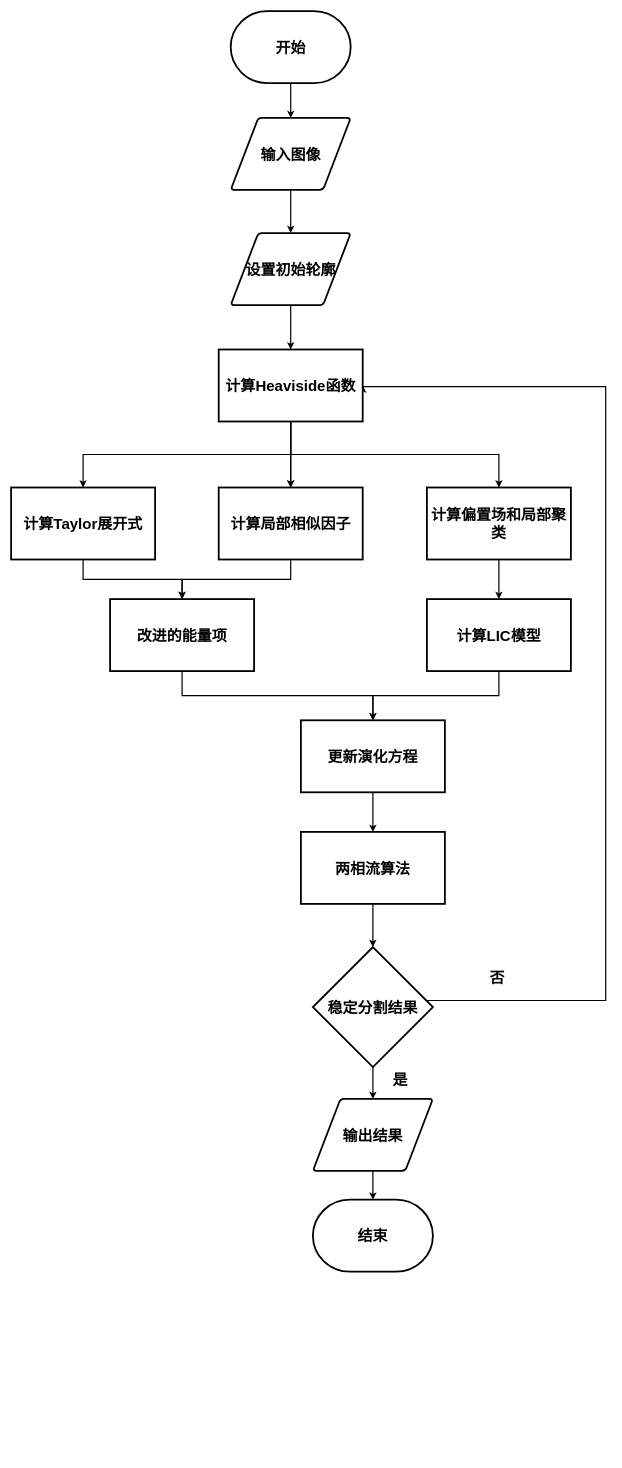
pangda007/947842095-qq.com keeps this draw.io diagram as page "第 4 页" (3 of 5) of 1.drawio. Above is the earlier version. Source tidied: cells renumbered, new cells numbered last; positions are measured from the earlier drawing's top-left corner, leaving out a move shared by most shapes. Both pictures are drawn from the tidied source at 60%, with x=0, y=0 at pixel (11, 11).
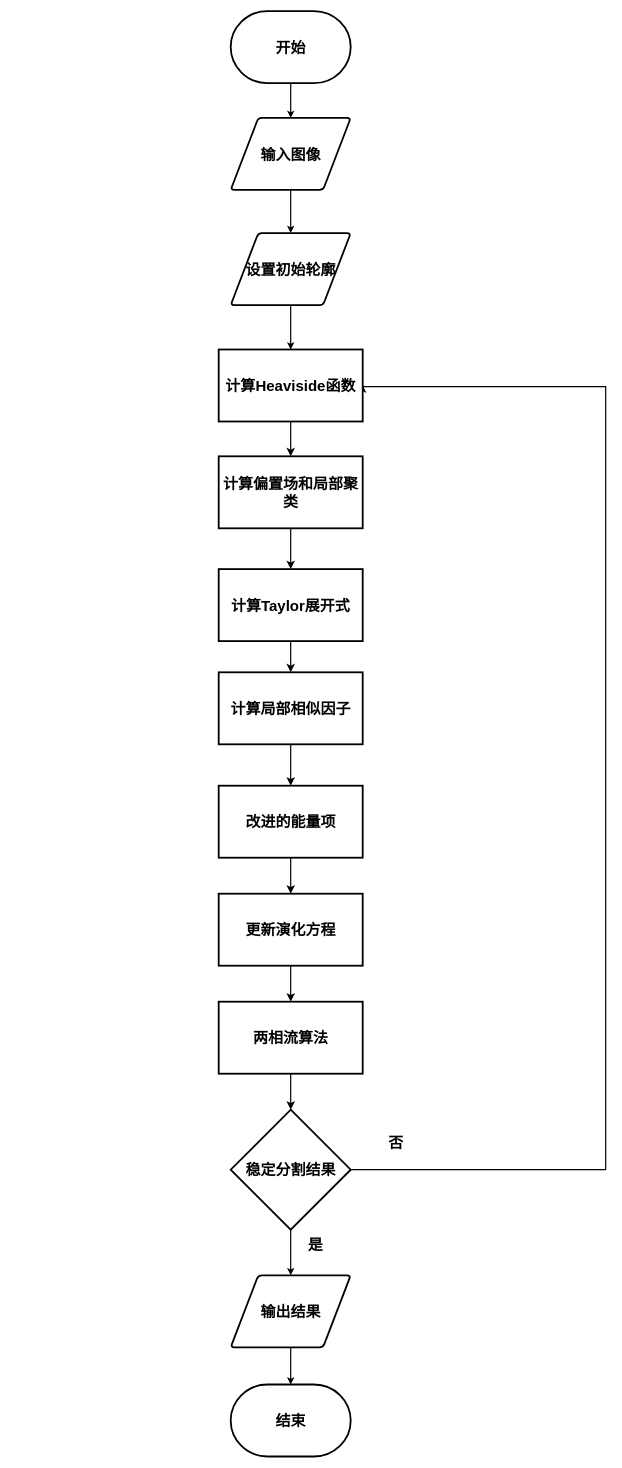
After the change.

Unchanged cells that the change refers to:
```xml
<mxCell id="31" value="&lt;b style=&quot;font-size: 25px;&quot;&gt;计算&lt;span style=&quot;font-family: 宋体; background-color: initial;&quot;&gt;Heaviside函数&lt;/span&gt;&lt;/b&gt;" style="rounded=0;whiteSpace=wrap;html=1;strokeWidth=3;" parent="1" vertex="1">
  <mxGeometry x="346" y="564" width="240" height="120" as="geometry" />
</mxCell>
```

What changed in the source:
```diff
@@
-    <mxCell id="6" style="edgeStyle=orthogonalEdgeStyle;rounded=0;jettySize=auto;html=1;exitX=0.5;exitY=1;exitDx=0;exitDy=0;entryX=0.5;entryY=0;entryDx=0;entryDy=0;strokeWidth=2;" parent="1" edge="1" source="31" target="10">
-      <mxGeometry relative="1" as="geometry" />
-    </mxCell>
@@
-    <mxCell id="9" style="edgeStyle=orthogonalEdgeStyle;rounded=0;jettySize=auto;html=1;exitX=0.5;exitY=1;exitDx=0;exitDy=0;strokeWidth=2;" parent="1" edge="1" source="10" target="16">
-      <mxGeometry relative="1" as="geometry" />
-    </mxCell>
+    <mxCell id="36" style="edgeStyle=none;curved=1;rounded=0;jettySize=auto;html=1;exitX=0.5;exitY=1;exitDx=0;exitDy=0;entryX=0.5;entryY=0;entryDx=0;entryDy=0;fontSize=12;startSize=8;endSize=8;strokeWidth=2;" parent="1" edge="1" source="10" target="34">
+      <mxGeometry relative="1" as="geometry" />
+    </mxCell>
     <mxCell id="10" value="&lt;b&gt;&lt;font style=&quot;font-size: 25px;&quot;&gt;计算Taylor展开式&lt;/font&gt;&lt;/b&gt;" style="rounded=0;whiteSpace=wrap;html=1;strokeWidth=3;" parent="1" vertex="1">
-      <mxGeometry y="794" width="240" height="120" as="geometry" />
+      <mxGeometry x="346" y="930" width="240" height="120" as="geometry" />
     </mxCell>
-    <mxCell id="11" style="edgeStyle=orthogonalEdgeStyle;rounded=0;jettySize=auto;html=1;exitX=0.5;exitY=1;exitDx=0;exitDy=0;strokeWidth=2;" parent="1" edge="1" source="12" target="18">
-      <mxGeometry relative="1" as="geometry" />
-    </mxCell>
+    <mxCell id="37" style="edgeStyle=none;curved=1;rounded=0;jettySize=auto;html=1;exitX=0.5;exitY=1;exitDx=0;exitDy=0;entryX=0.5;entryY=0;entryDx=0;entryDy=0;fontSize=12;startSize=8;endSize=8;strokeWidth=2;" parent="1" edge="1" source="12" target="10">
+      <mxGeometry relative="1" as="geometry" />
+    </mxCell>
     <mxCell id="12" value="&lt;b&gt;&lt;font style=&quot;font-size: 25px;&quot;&gt;计算偏置场和局部聚类&lt;/font&gt;&lt;/b&gt;" style="rounded=0;whiteSpace=wrap;html=1;strokeWidth=3;" parent="1" vertex="1">
-      <mxGeometry x="693" y="794" width="240" height="120" as="geometry" />
+      <mxGeometry x="346" y="742" width="240" height="120" as="geometry" />
     </mxCell>
-    <mxCell id="13" style="edgeStyle=orthogonalEdgeStyle;rounded=0;jettySize=auto;html=1;exitX=0.5;exitY=1;exitDx=0;exitDy=0;entryX=0.5;entryY=0;entryDx=0;entryDy=0;strokeWidth=2;" parent="1" edge="1" source="34" target="16">
-      <mxGeometry relative="1" as="geometry" />
-    </mxCell>
@@
-    <mxCell id="15" style="edgeStyle=orthogonalEdgeStyle;rounded=0;jettySize=auto;html=1;exitX=0.5;exitY=1;exitDx=0;exitDy=0;entryX=0.5;entryY=0;entryDx=0;entryDy=0;strokeWidth=2;" parent="1" edge="1" source="16" target="20">
+    <mxCell id="15" style="edgeStyle=none;curved=1;rounded=0;jettySize=auto;html=1;exitX=0.5;exitY=1;exitDx=0;exitDy=0;entryX=0.5;entryY=0;entryDx=0;entryDy=0;fontSize=12;startSize=8;endSize=8;strokeWidth=2;" parent="1" edge="1" source="16" target="20">
       <mxGeometry relative="1" as="geometry" />
     </mxCell>
     <mxCell id="16" value="&lt;b&gt;&lt;font style=&quot;font-size: 25px;&quot;&gt;改进的能量项&lt;/font&gt;&lt;/b&gt;" style="rounded=0;whiteSpace=wrap;html=1;strokeWidth=3;" parent="1" vertex="1">
-      <mxGeometry x="165" y="980" width="240" height="120" as="geometry" />
+      <mxGeometry x="346" y="1291" width="240" height="120" as="geometry" />
     </mxCell>
-    <mxCell id="17" style="edgeStyle=orthogonalEdgeStyle;rounded=0;jettySize=auto;html=1;exitX=0.5;exitY=1;exitDx=0;exitDy=0;entryX=0.5;entryY=0;entryDx=0;entryDy=0;strokeWidth=2;" parent="1" edge="1" source="18" target="20">
-      <mxGeometry relative="1" as="geometry" />
-    </mxCell>
-    <mxCell id="18" value="&lt;b&gt;&lt;font style=&quot;font-size: 25px;&quot;&gt;计算LIC模型&lt;/font&gt;&lt;/b&gt;" style="rounded=0;whiteSpace=wrap;html=1;strokeWidth=3;" parent="1" vertex="1">
-      <mxGeometry x="693" y="980" width="240" height="120" as="geometry" />
-    </mxCell>
-    <mxCell id="19" style="edgeStyle=orthogonalEdgeStyle;rounded=0;jettySize=auto;html=1;exitX=0.5;exitY=1;exitDx=0;exitDy=0;entryX=0.5;entryY=0;entryDx=0;entryDy=0;strokeWidth=2;" parent="1" edge="1" source="20" target="21">
+    <mxCell id="19" style="edgeStyle=none;curved=1;rounded=0;jettySize=auto;html=1;exitX=0.5;exitY=1;exitDx=0;exitDy=0;entryX=0.5;entryY=0;entryDx=0;entryDy=0;fontSize=12;startSize=8;endSize=8;strokeWidth=2;" parent="1" edge="1" source="20" target="21">
       <mxGeometry relative="1" as="geometry" />
     </mxCell>
     <mxCell id="20" value="&lt;b&gt;&lt;font style=&quot;font-size: 25px;&quot;&gt;更新演化方程&lt;/font&gt;&lt;/b&gt;" style="rounded=0;whiteSpace=wrap;html=1;strokeWidth=3;" parent="1" vertex="1">
-      <mxGeometry x="483" y="1182" width="240" height="120" as="geometry" />
+      <mxGeometry x="346" y="1471" width="240" height="120" as="geometry" />
     </mxCell>
     <mxCell id="21" value="&lt;b&gt;&lt;font style=&quot;font-size: 25px;&quot;&gt;两相流算法&lt;/font&gt;&lt;/b&gt;" style="rounded=0;whiteSpace=wrap;html=1;strokeWidth=3;" parent="1" vertex="1">
-      <mxGeometry x="483" y="1368" width="240" height="120" as="geometry" />
+      <mxGeometry x="346" y="1651" width="240" height="120" as="geometry" />
     </mxCell>
@@
-    <mxCell id="23" style="rounded=0;jettySize=auto;html=1;exitX=1;exitY=0.5;exitDx=0;exitDy=0;exitPerimeter=0;elbow=vertical;edgeStyle=orthogonalEdgeStyle;strokeWidth=2;entryX=1;entryY=0.5;entryDx=0;entryDy=0;" parent="1" edge="1" target="31">
+    <mxCell id="23" style="rounded=0;jettySize=auto;html=1;exitX=1;exitY=0.5;exitDx=0;exitDy=0;exitPerimeter=0;elbow=vertical;edgeStyle=orthogonalEdgeStyle;strokeWidth=2;entryX=1;entryY=0.5;entryDx=0;entryDy=0;" parent="1" edge="1" source="24" target="31">
       <mxGeometry relative="1" as="geometry">
-        <mxPoint x="680" y="1649" as="sourcePoint" />
         <Array as="points">
-          <mxPoint x="991" y="1649" />
+          <mxPoint x="991" y="1931" />
           <mxPoint x="991" y="626" />
           <mxPoint x="586" y="626" />
         </Array>
       </mxGeometry>
     </mxCell>
     <mxCell id="24" value="&lt;b&gt;&lt;font style=&quot;font-size: 25px;&quot;&gt;稳定分割结果&lt;/font&gt;&lt;/b&gt;" style="strokeWidth=3;html=1;shape=mxgraph.flowchart.decision;whiteSpace=wrap;" parent="1" vertex="1">
-      <mxGeometry x="503" y="1560" width="200" height="200" as="geometry" />
+      <mxGeometry x="366" y="1831" width="200" height="200" as="geometry" />
     </mxCell>
     <mxCell id="25" value="&lt;b&gt;&lt;font style=&quot;font-size: 25px;&quot;&gt;输出结果&lt;/font&gt;&lt;/b&gt;" style="shape=parallelogram;html=1;strokeWidth=3;perimeter=parallelogramPerimeter;whiteSpace=wrap;rounded=1;arcSize=12;size=0.23;" parent="1" vertex="1">
-      <mxGeometry x="503" y="1813" width="200" height="120" as="geometry" />
+      <mxGeometry x="366" y="2107" width="200" height="120" as="geometry" />
     </mxCell>
     <mxCell id="26" value="&lt;b&gt;&lt;font style=&quot;font-size: 25px;&quot;&gt;结束&lt;/font&gt;&lt;/b&gt;" style="strokeWidth=3;html=1;shape=mxgraph.flowchart.terminator;whiteSpace=wrap;" parent="1" vertex="1">
-      <mxGeometry x="503" y="1981" width="200" height="120" as="geometry" />
+      <mxGeometry x="366" y="2289" width="200" height="120" as="geometry" />
     </mxCell>
-    <mxCell id="27" style="edgeStyle=orthogonalEdgeStyle;rounded=0;jettySize=auto;html=1;exitX=0.5;exitY=1;exitDx=0;exitDy=0;entryX=0.5;entryY=0;entryDx=0;entryDy=0;entryPerimeter=0;strokeWidth=2;" parent="1" edge="1" source="21" target="24">
-      <mxGeometry relative="1" as="geometry" />
-    </mxCell>
@@
-    <mxCell id="29" style="edgeStyle=orthogonalEdgeStyle;rounded=0;jettySize=auto;html=1;exitX=0.5;exitY=1;exitDx=0;exitDy=0;entryX=0.5;entryY=0;entryDx=0;entryDy=0;strokeWidth=2;" parent="1" edge="1" source="31" target="34">
-      <mxGeometry relative="1" as="geometry" />
-    </mxCell>
-    <mxCell id="30" style="edgeStyle=orthogonalEdgeStyle;rounded=0;jettySize=auto;html=1;exitX=0.5;exitY=1;exitDx=0;exitDy=0;entryX=0.5;entryY=0;entryDx=0;entryDy=0;strokeWidth=2;" parent="1" edge="1" source="31" target="12">
+    <mxCell id="30" style="edgeStyle=none;curved=1;rounded=0;jettySize=auto;html=1;exitX=0.5;exitY=1;exitDx=0;exitDy=0;entryX=0.5;entryY=0;entryDx=0;entryDy=0;fontSize=12;startSize=8;endSize=8;strokeWidth=2;" parent="1" edge="1" source="31" target="12">
       <mxGeometry relative="1" as="geometry" />
     </mxCell>
@@
     <mxCell id="32" value="&lt;b&gt;&lt;font style=&quot;font-size: 25px;&quot;&gt;否&lt;/font&gt;&lt;/b&gt;" style="rounded=0;whiteSpace=wrap;html=1;opacity=0;" parent="1" vertex="1">
-      <mxGeometry x="774" y="1581" width="73" height="60" as="geometry" />
+      <mxGeometry x="605" y="1855" width="73" height="60" as="geometry" />
     </mxCell>
-    <mxCell id="33" style="edgeStyle=orthogonalEdgeStyle;rounded=0;jettySize=auto;html=1;exitX=0.5;exitY=1;exitDx=0;exitDy=0;strokeWidth=2;" parent="1" edge="1" source="31" target="34">
-      <mxGeometry relative="1" as="geometry" />
-    </mxCell>
+    <mxCell id="13" style="edgeStyle=none;curved=1;rounded=0;jettySize=auto;html=1;exitX=0.5;exitY=1;exitDx=0;exitDy=0;entryX=0.5;entryY=0;entryDx=0;entryDy=0;fontSize=12;startSize=8;endSize=8;strokeWidth=2;" parent="1" edge="1" source="34" target="16">
+      <mxGeometry relative="1" as="geometry" />
+    </mxCell>
     <mxCell id="34" value="&lt;b&gt;&lt;font style=&quot;font-size: 25px;&quot;&gt;计算局部相似因子&lt;/font&gt;&lt;/b&gt;" style="rounded=0;whiteSpace=wrap;html=1;strokeWidth=3;" parent="1" vertex="1">
-      <mxGeometry x="346" y="794" width="240" height="120" as="geometry" />
+      <mxGeometry x="346" y="1102" width="240" height="120" as="geometry" />
     </mxCell>
     <mxCell id="35" value="&lt;span style=&quot;font-size: 25px;&quot;&gt;&lt;b&gt;是&lt;/b&gt;&lt;/span&gt;" style="rounded=0;whiteSpace=wrap;html=1;opacity=0;" parent="1" vertex="1">
-      <mxGeometry x="612" y="1750" width="73" height="60" as="geometry" />
+      <mxGeometry x="471" y="2025" width="73" height="60" as="geometry" />
     </mxCell>
+    <mxCell id="38" style="edgeStyle=none;curved=1;rounded=0;orthogonalLoop=1;jettySize=auto;html=1;exitX=0.5;exitY=1;exitDx=0;exitDy=0;fontSize=12;startSize=8;endSize=8;" parent="1" edge="1" source="34" target="34">
+      <mxGeometry relative="1" as="geometry" />
+    </mxCell>
+    <mxCell id="27" style="edgeStyle=none;curved=1;rounded=0;jettySize=auto;html=1;exitX=0.5;exitY=1;exitDx=0;exitDy=0;entryX=0.5;entryY=0;entryDx=0;entryDy=0;entryPerimeter=0;fontSize=12;startSize=8;endSize=8;strokeWidth=2;" parent="1" edge="1" source="21" target="24">
+      <mxGeometry relative="1" as="geometry" />
+    </mxCell>
```
